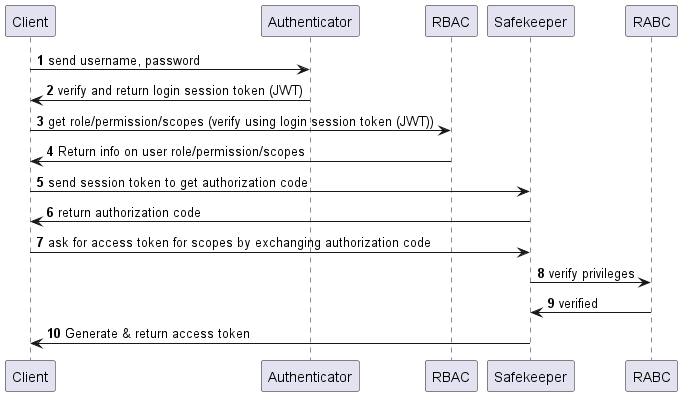
The PlantUML diagram images/oauth2_with_rbac.png in kiennt9696/task-management-api, before a commit. The source it was exported from:
```plantuml
@startuml

autonumber

Client -> Authenticator: send username, password
Authenticator -> Client: verify and return login session token (JWT)
Client -> RBAC:  get role/permission/scopes (verify using login session token (JWT))
RBAC -> Client: Return info on user role/permission/scopes
Client -> Safekeeper: send session token to get authorization code
Safekeeper -> Client: return authorization code
Client -> Safekeeper: ask for access token for scopes by exchanging authorization code
Safekeeper -> RABC: verify privileges
RABC -> Safekeeper: verified
Safekeeper -> Client: Generate & return access token
@enduml
```
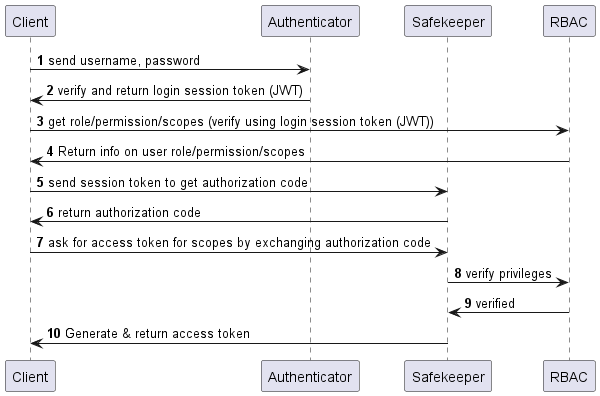
After the commit.

Diff of the diagram source:
```diff
@@ -1,6 +1,10 @@
 @startuml
 
 autonumber
+participant Client
+participant Authenticator
+participant Safekeeper
+participant RBAC
 
 Client -> Authenticator: send username, password
 Authenticator -> Client: verify and return login session token (JWT)
@@ -9,7 +13,7 @@
 Client -> Safekeeper: send session token to get authorization code
 Safekeeper -> Client: return authorization code
 Client -> Safekeeper: ask for access token for scopes by exchanging authorization code
-Safekeeper -> RABC: verify privileges
-RABC -> Safekeeper: verified
+Safekeeper -> RBAC: verify privileges
+RBAC -> Safekeeper: verified
 Safekeeper -> Client: Generate & return access token
 @enduml
```
